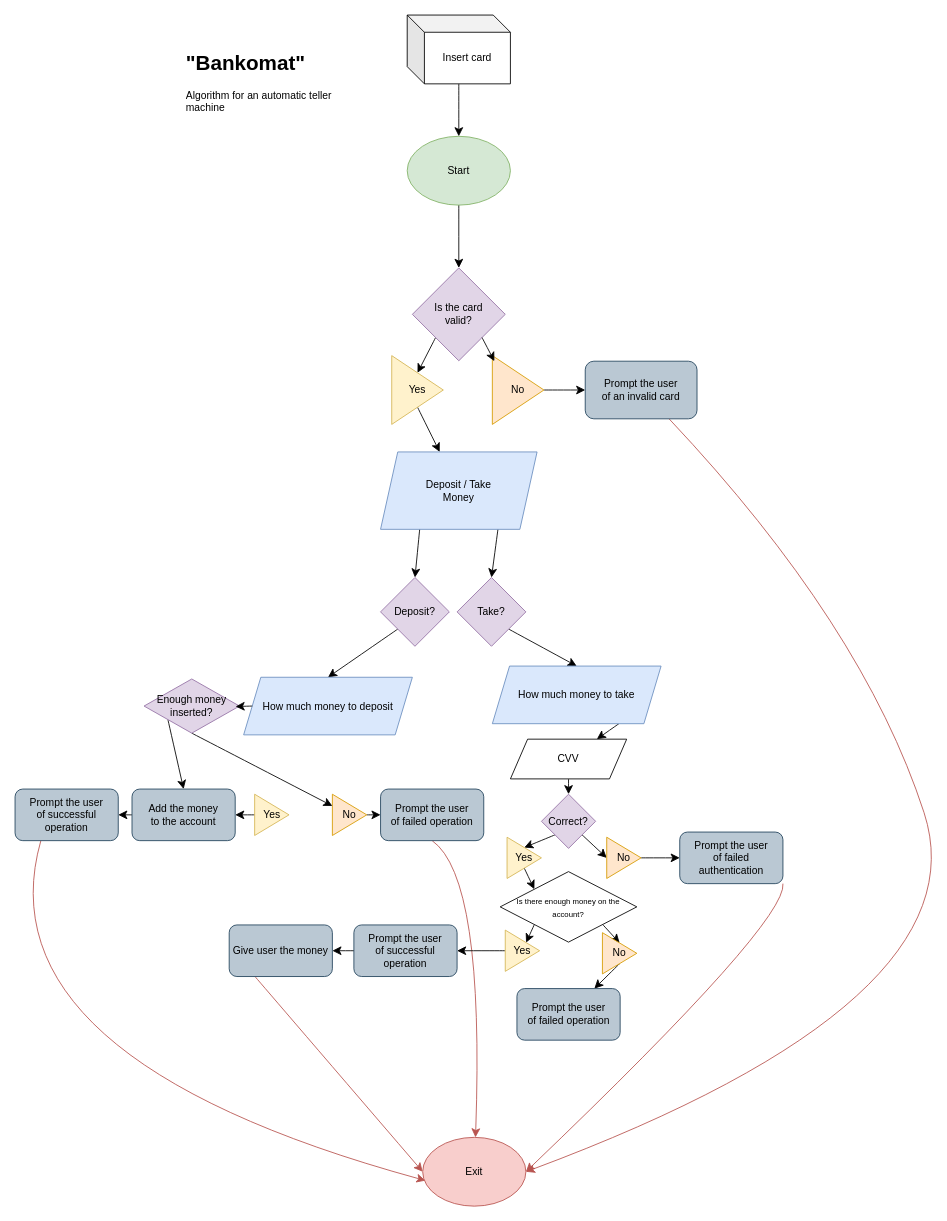
corruptedbyte/homeworkplusplus keeps this draw.io diagram as bankomat.drawio. Above is the earlier version. Source tidied: cells renumbered, new cells numbered last; positions are measured from the earlier drawing's top-left corner, leaving out a move shared by most shapes. Both pictures are drawn from the tidied source at 86%, with x=0, y=0 at pixel (-22, 15).
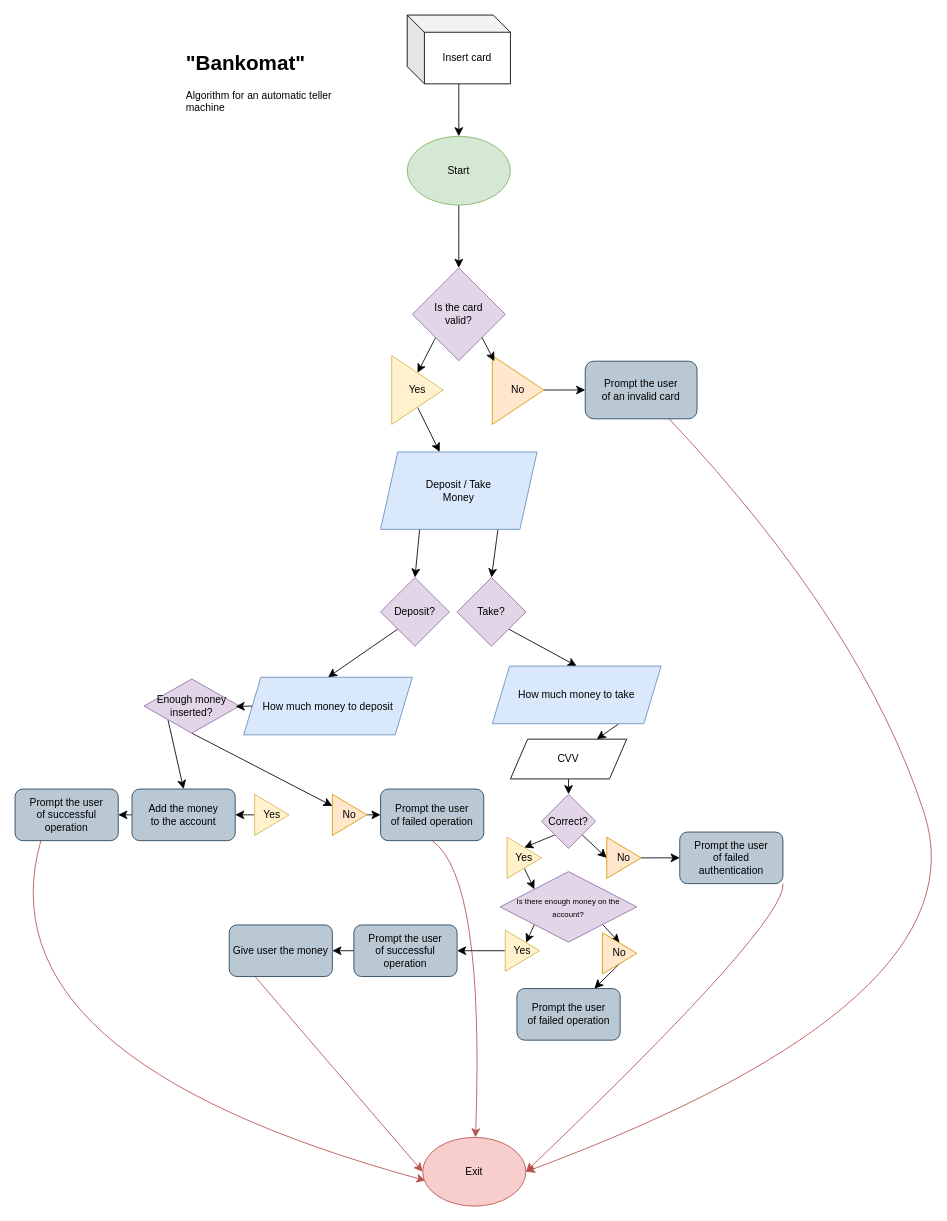
The same diagram, later.

Commit message:
bank teller algorythm

Diff of the diagram source:
```diff
@@
-    <mxCell id="44" value="&lt;font style=&quot;font-size: 9px;&quot;&gt;Is there enough money on the&lt;br&gt;account?&lt;/font&gt;" style="rhombus;whiteSpace=wrap;html=1;" parent="1" vertex="1">
+    <mxCell id="44" value="&lt;font style=&quot;font-size: 9px;&quot;&gt;Is there enough money on the&lt;br&gt;account?&lt;/font&gt;" style="rhombus;whiteSpace=wrap;html=1;fillColor=#e1d5e7;strokeColor=#9673a6;" parent="1" vertex="1">
       <mxGeometry x="606.1" y="996" width="158.9" height="82" as="geometry" />
     </mxCell>
```
